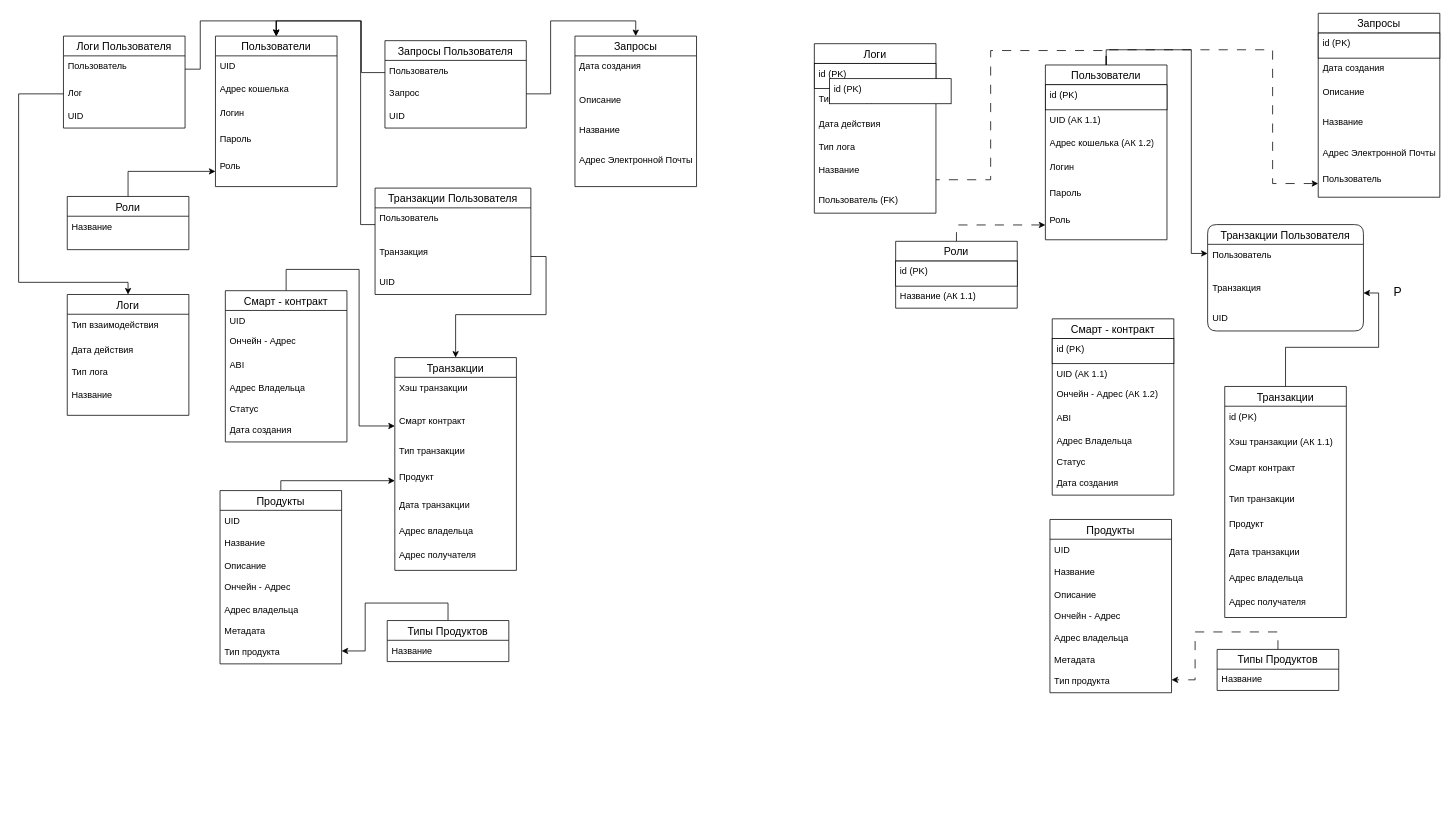
This is logical_scheme.drawio from slsforme/ton_market_django, a draw.io file, before an edit. Source tidied: cells renumbered, new cells numbered last; positions are measured from the earlier drawing's top-left corner, leaving out a move shared by most shapes. Both pictures are drawn from the tidied source at 76%, with x=0, y=0 at pixel (18, 13).
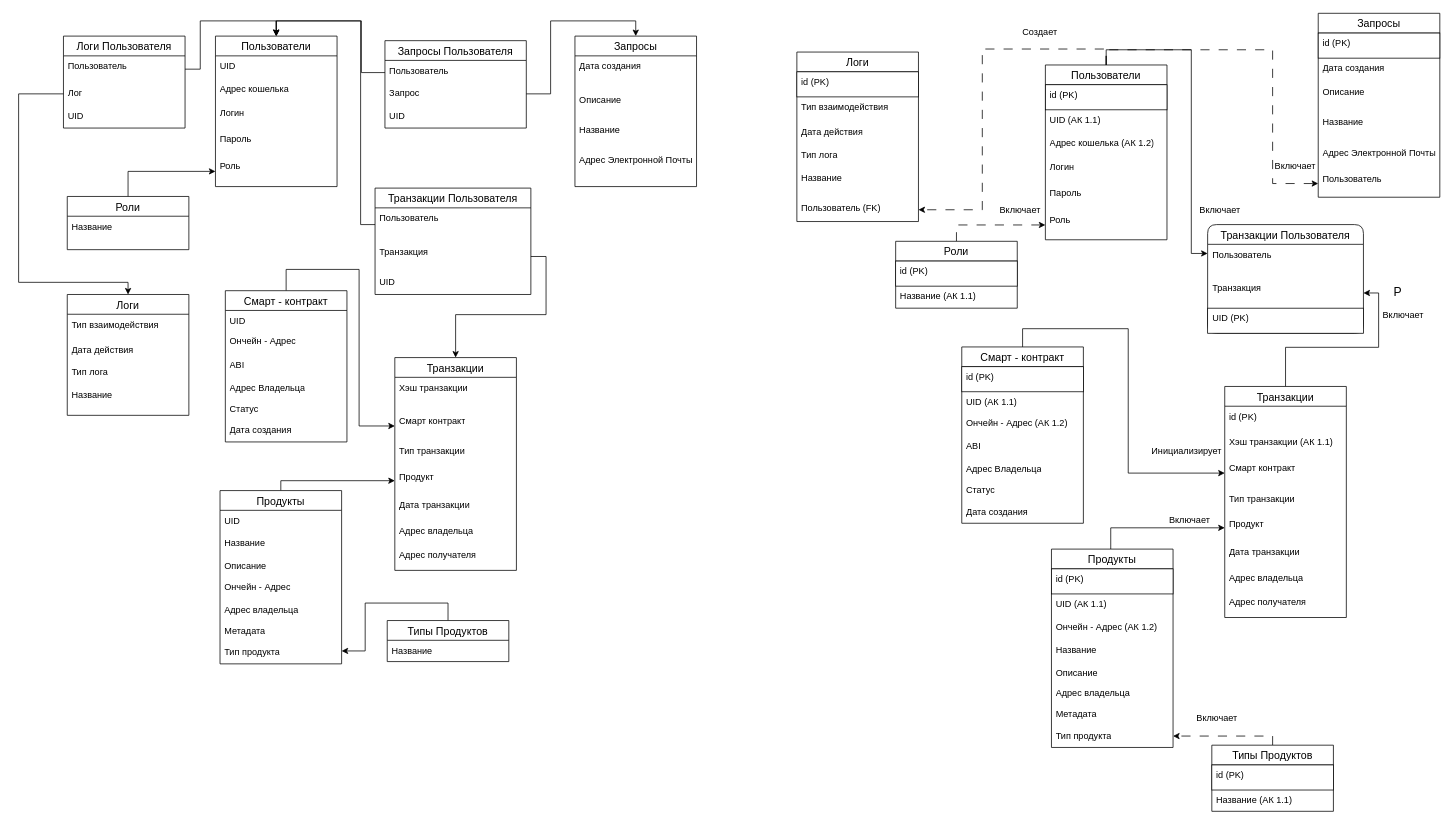
Above is the later version.

The change refers to these unchanged cells:
```xml
<mxCell id="70" value="Пользователи" style="swimlane;fontStyle=0;horizontal=1;startSize=26;align=center;fontSize=14;" parent="1" vertex="1">
  <mxGeometry x="1351" y="68" width="160" height="230" as="geometry" />
</mxCell>
<mxCell id="85" value="Смарт контракт" style="text;strokeColor=none;fillColor=none;spacingLeft=4;spacingRight=4;overflow=hidden;points=[[0,0.5],[1,0.5]];portConstraint=eastwest;fontSize=12;whiteSpace=wrap;html=1;" parent="82" vertex="1">
  <mxGeometry y="94" width="160" height="40" as="geometry" />
</mxCell>
<mxCell id="87" value="Продукт" style="text;strokeColor=none;fillColor=none;spacingLeft=4;spacingRight=4;overflow=hidden;points=[[0,0.5],[1,0.5]];portConstraint=eastwest;fontSize=12;whiteSpace=wrap;html=1;" parent="82" vertex="1">
  <mxGeometry y="168" width="160" height="36" as="geometry" />
</mxCell>
<mxCell id="123" value="Пользователь (FK)" style="text;strokeColor=none;fillColor=none;spacingLeft=4;spacingRight=4;overflow=hidden;points=[[0,0.5],[1,0.5]];portConstraint=eastwest;fontSize=12;whiteSpace=wrap;html=1;" parent="117" vertex="1">
  <mxGeometry y="192" width="160" height="31" as="geometry" />
</mxCell>
```

Change to the diagram source:
```diff
@@
-    <mxCell id="67" style="edgeStyle=orthogonalEdgeStyle;rounded=0;jettySize=auto;html=1;dashed=1;dashPattern=12 12;" parent="1" edge="1" source="70" target="123">
-      <mxGeometry relative="1" as="geometry">
-        <Array as="points">
-          <mxPoint x="1431" y="49" />
-          <mxPoint x="1279" y="49" />
-          <mxPoint x="1279" y="219" />
-        </Array>
-      </mxGeometry>
-    </mxCell>
@@
+    <mxCell id="67" style="edgeStyle=orthogonalEdgeStyle;rounded=0;jettySize=auto;html=1;entryX=1;entryY=0.5;entryDx=0;entryDy=0;dashed=1;dashPattern=12 12;" parent="1" edge="1" source="70" target="123">
+      <mxGeometry relative="1" as="geometry">
+        <Array as="points">
+          <mxPoint x="1431" y="47" />
+          <mxPoint x="1268" y="47" />
+          <mxPoint x="1268" y="258" />
+        </Array>
+      </mxGeometry>
+    </mxCell>
@@
+    <mxCell id="130" style="edgeStyle=orthogonalEdgeStyle;rounded=0;jettySize=auto;html=1;entryX=0;entryY=0.5;entryDx=0;entryDy=0;" parent="1" edge="1" source="91" target="87">
+      <mxGeometry relative="1" as="geometry">
+        <Array as="points">
+          <mxPoint x="1437" y="677" />
+        </Array>
+      </mxGeometry>
+    </mxCell>
     <mxCell id="91" value="Продукты" style="swimlane;fontStyle=0;horizontal=1;startSize=26;align=center;fontSize=14;" parent="1" vertex="1">
-      <mxGeometry x="1357" y="666" width="160" height="228" as="geometry" />
+      <mxGeometry x="1359" y="705" width="160" height="261" as="geometry" />
     </mxCell>
+    <mxCell id="131" value="id (PK)" style="text;strokeColor=default;fillColor=default;spacingLeft=4;spacingRight=4;overflow=hidden;fontSize=12;whiteSpace=wrap;html=1;" parent="91" vertex="1">
+      <mxGeometry y="26" width="160" height="33" as="geometry" />
+    </mxCell>
-    <mxCell id="92" value="UID" style="text;strokeColor=none;fillColor=none;spacingLeft=4;spacingRight=4;overflow=hidden;fontSize=12;whiteSpace=wrap;html=1;" parent="91" vertex="1">
-      <mxGeometry y="26" width="160" height="30" as="geometry" />
+    <mxCell id="92" value="UID (АК 1.1)&lt;div&gt;&lt;br&gt;&lt;/div&gt;" style="text;strokeColor=none;fillColor=none;spacingLeft=4;spacingRight=4;overflow=hidden;fontSize=12;whiteSpace=wrap;html=1;" parent="91" vertex="1">
+      <mxGeometry y="59" width="160" height="30" as="geometry" />
     </mxCell>
+    <mxCell id="95" value="Ончейн - Адрес (АК 1.2)&lt;div&gt;&lt;br&gt;&lt;/div&gt;" style="text;strokeColor=none;fillColor=none;spacingLeft=4;spacingRight=4;overflow=hidden;fontSize=12;whiteSpace=wrap;html=1;" parent="91" vertex="1">
+      <mxGeometry y="89" width="160" height="30" as="geometry" />
+    </mxCell>
     <mxCell id="93" value="Название" style="text;strokeColor=none;fillColor=none;spacingLeft=4;spacingRight=4;overflow=hidden;fontSize=12;whiteSpace=wrap;html=1;" parent="91" vertex="1">
-      <mxGeometry y="56" width="160" height="30" as="geometry" />
+      <mxGeometry y="119" width="160" height="30" as="geometry" />
     </mxCell>
     <mxCell id="94" value="Описание" style="text;strokeColor=none;fillColor=none;spacingLeft=4;spacingRight=4;overflow=hidden;fontSize=12;whiteSpace=wrap;html=1;" parent="91" vertex="1">
-      <mxGeometry y="86" width="160" height="27" as="geometry" />
+      <mxGeometry y="149" width="160" height="27" as="geometry" />
     </mxCell>
-    <mxCell id="95" value="Ончейн - Адрес" style="text;strokeColor=none;fillColor=none;spacingLeft=4;spacingRight=4;overflow=hidden;fontSize=12;whiteSpace=wrap;html=1;" parent="91" vertex="1">
-      <mxGeometry y="113" width="160" height="30" as="geometry" />
-    </mxCell>
     <mxCell id="96" value="Адрес владельца" style="text;strokeColor=none;fillColor=none;spacingLeft=4;spacingRight=4;overflow=hidden;fontSize=12;whiteSpace=wrap;html=1;" parent="91" vertex="1">
-      <mxGeometry y="143" width="160" height="28" as="geometry" />
+      <mxGeometry y="176" width="160" height="28" as="geometry" />
     </mxCell>
     <mxCell id="97" value="Метадата" style="text;strokeColor=none;fillColor=none;spacingLeft=4;spacingRight=4;overflow=hidden;fontSize=12;whiteSpace=wrap;html=1;" parent="91" vertex="1">
-      <mxGeometry y="171" width="160" height="28" as="geometry" />
+      <mxGeometry y="204" width="160" height="28" as="geometry" />
     </mxCell>
     <mxCell id="98" value="Тип продукта" style="text;strokeColor=none;fillColor=none;spacingLeft=4;spacingRight=4;overflow=hidden;points=[[0,0.5],[1,0.5]];portConstraint=eastwest;fontSize=12;whiteSpace=wrap;html=1;" parent="91" vertex="1">
-      <mxGeometry y="199" width="160" height="29" as="geometry" />
+      <mxGeometry y="232" width="160" height="29" as="geometry" />
     </mxCell>
     <mxCell id="99" style="edgeStyle=orthogonalEdgeStyle;rounded=0;jettySize=auto;html=1;dashed=1;dashPattern=12 12;" parent="1" edge="1" source="100" target="98">
       <mxGeometry relative="1" as="geometry">
         <Array as="points">
-          <mxPoint x="1657" y="814" />
-          <mxPoint x="1548" y="814" />
-          <mxPoint x="1548" y="877" />
+          <mxPoint x="1650" y="951" />
         </Array>
       </mxGeometry>
     </mxCell>
     <mxCell id="100" value="Типы Продуктов" style="swimlane;fontStyle=0;horizontal=1;startSize=26;align=center;fontSize=14;rounded=0;" parent="1" vertex="1">
-      <mxGeometry x="1577" y="837" width="160" height="54" as="geometry" />
+      <mxGeometry x="1570" y="963" width="160" height="87" as="geometry" />
     </mxCell>
+    <mxCell id="129" value="id (PK)" style="text;strokeColor=default;fillColor=default;spacingLeft=4;spacingRight=4;overflow=hidden;fontSize=12;whiteSpace=wrap;html=1;" parent="100" vertex="1">
+      <mxGeometry y="26" width="160" height="33" as="geometry" />
+    </mxCell>
-    <mxCell id="101" value="Название" style="text;strokeColor=none;fillColor=none;spacingLeft=4;spacingRight=4;overflow=hidden;fontSize=12;whiteSpace=wrap;html=1;" parent="100" vertex="1">
-      <mxGeometry y="26" width="160" height="28" as="geometry" />
+    <mxCell id="101" value="Название (АК 1.1)" style="text;strokeColor=none;fillColor=none;spacingLeft=4;spacingRight=4;overflow=hidden;fontSize=12;whiteSpace=wrap;html=1;" parent="100" vertex="1">
+      <mxGeometry y="59" width="160" height="28" as="geometry" />
     </mxCell>
+    <mxCell id="132" style="edgeStyle=orthogonalEdgeStyle;rounded=0;jettySize=auto;html=1;" parent="1" edge="1" source="102" target="85">
+      <mxGeometry relative="1" as="geometry">
+        <Array as="points">
+          <mxPoint x="1321" y="415" />
+          <mxPoint x="1460" y="415" />
+          <mxPoint x="1460" y="605" />
+        </Array>
+      </mxGeometry>
+    </mxCell>
     <mxCell id="102" value="Смарт - контракт" style="swimlane;fontStyle=0;horizontal=1;startSize=26;align=center;fontSize=14;" parent="1" vertex="1">
-      <mxGeometry x="1360" y="402" width="160" height="232" as="geometry" />
+      <mxGeometry x="1241" y="439" width="160" height="232" as="geometry" />
     </mxCell>
@@
     <mxCell id="117" value="Логи" style="swimlane;fontStyle=0;horizontal=1;startSize=26;align=center;fontSize=14;swimlaneFillColor=default;rounded=0;swimlaneLine=1;" parent="1" vertex="1">
-      <mxGeometry x="1047" y="40" width="160" height="223" as="geometry" />
+      <mxGeometry x="1024" y="51" width="160" height="223" as="geometry" />
     </mxCell>
@@
     <mxCell id="124" value="Транзакции Пользователя" style="swimlane;fontStyle=0;horizontal=1;startSize=26;align=center;fontSize=14;rounded=1;" parent="1" vertex="1">
-      <mxGeometry x="1564.5" y="278" width="205" height="140" as="geometry" />
+      <mxGeometry x="1564.5" y="278" width="205" height="143" as="geometry" />
     </mxCell>
@@
-    <mxCell id="127" value="UID" style="text;strokeColor=none;fillColor=none;spacingLeft=4;spacingRight=4;overflow=hidden;fontSize=12;whiteSpace=wrap;html=1;" parent="124" vertex="1">
-      <mxGeometry y="110" width="205" height="30" as="geometry" />
-    </mxCell>
+    <mxCell id="133" value="UID (PK)" style="text;strokeColor=default;fillColor=default;spacingLeft=4;spacingRight=4;overflow=hidden;fontSize=12;whiteSpace=wrap;html=1;" parent="124" vertex="1">
+      <mxGeometry y="110" width="205" height="33" as="geometry" />
+    </mxCell>
@@
-    <mxCell id="129" value="id (PK)" style="text;strokeColor=default;fillColor=default;spacingLeft=4;spacingRight=4;overflow=hidden;fontSize=12;whiteSpace=wrap;html=1;" parent="1" vertex="1">
-      <mxGeometry x="1067" y="86" width="160" height="33" as="geometry" />
-    </mxCell>
+    <mxCell id="134" value="Создает" style="text;html=1;align=center;verticalAlign=middle;whiteSpace=wrap;rounded=0;" parent="1" vertex="1">
+      <mxGeometry x="1314" y="10" width="60" height="30" as="geometry" />
+    </mxCell>
+    <mxCell id="135" value="Включает" style="text;html=1;align=center;verticalAlign=middle;whiteSpace=wrap;rounded=0;" parent="1" vertex="1">
+      <mxGeometry x="1288" y="244" width="60" height="30" as="geometry" />
+    </mxCell>
+    <mxCell id="136" value="Включает" style="text;html=1;align=center;verticalAlign=middle;whiteSpace=wrap;rounded=0;" parent="1" vertex="1">
+      <mxGeometry x="1650" y="187" width="60" height="30" as="geometry" />
+    </mxCell>
+    <mxCell id="137" value="Включает" style="text;html=1;align=center;verticalAlign=middle;whiteSpace=wrap;rounded=0;" parent="1" vertex="1">
+      <mxGeometry x="1551" y="244" width="60" height="30" as="geometry" />
+    </mxCell>
+    <mxCell id="138" value="Включает" style="text;html=1;align=center;verticalAlign=middle;whiteSpace=wrap;rounded=0;" parent="1" vertex="1">
+      <mxGeometry x="1792" y="382" width="60" height="30" as="geometry" />
+    </mxCell>
+    <mxCell id="139" value="Инициализирует" style="text;html=1;align=center;verticalAlign=middle;whiteSpace=wrap;rounded=0;" parent="1" vertex="1">
+      <mxGeometry x="1507" y="561" width="60" height="30" as="geometry" />
+    </mxCell>
+    <mxCell id="140" value="&lt;div&gt;Включает&lt;/div&gt;" style="text;html=1;align=center;verticalAlign=middle;whiteSpace=wrap;rounded=0;" parent="1" vertex="1">
+      <mxGeometry x="1511" y="652" width="60" height="30" as="geometry" />
+    </mxCell>
+    <mxCell id="141" value="&lt;div&gt;Включает&lt;/div&gt;" style="text;html=1;align=center;verticalAlign=middle;whiteSpace=wrap;rounded=0;" parent="1" vertex="1">
+      <mxGeometry x="1547" y="913" width="60" height="29" as="geometry" />
+    </mxCell>
```
